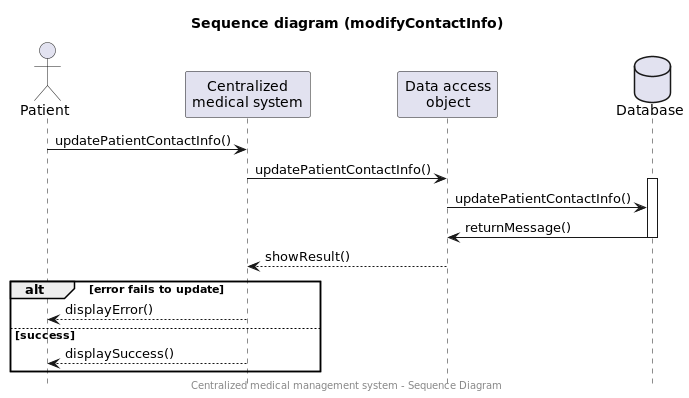
The PlantUML diagram Models/pngs/SequenceDiagram-modifyContactInfo.png in AmineSdi/PROJET_JAVAFX, before a commit.
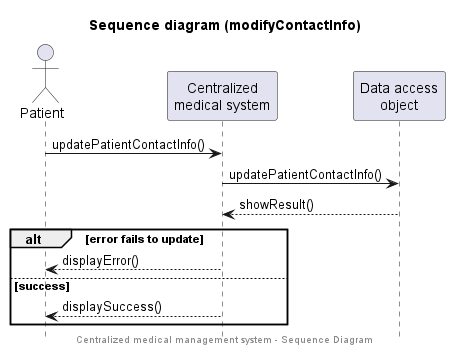
After the commit.

What changed in the source:
```diff
@@ -5,14 +5,9 @@
 actor "Patient" as P
 participant "Centralized\nmedical system" as S
 participant "Data access\nobject" as D
-database Database as DB
 
 P -> S: updatePatientContactInfo()
 S -> D: updatePatientContactInfo()
-activate DB
-D -> DB: updatePatientContactInfo()
-D <- DB: returnMessage()
-deactivate DB
 D --> S: showResult()
 alt error fails to update
     S --> P: displayError()
```
